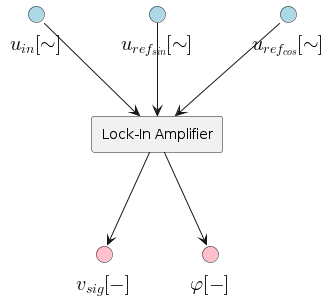
This is afm_spm_components/images/lockin_simple.png from nsulmol/documentation, a PlantUML export, as it was before one commit.
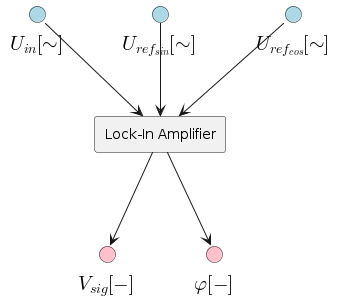
The same file after the commit.

What changed in the source:
```diff
@@ -3,11 +3,11 @@
 
 !startsub component
 component "Lock-In Amplifier" as lockin_simple
-interface "<latex>u_{in}[\sim]</latex>" <<input>> as li_u_in
+interface "<latex>U_{in}[\sim]</latex>" <<input>> as li_u_in
 
-interface "<latex>u_{ref_{sin}}[\sim]</latex>" <<input>> as li_u_refi_in
-interface "<latex>u_{ref_{cos}}[\sim]</latex>" <<input>> as li_u_refq_in
-interface "<latex>v_{sig}[-]</latex>" <<output>> as li_amp_out
+interface "<latex>U_{ref_{sin}}[\sim]</latex>" <<input>> as li_u_refi_in
+interface "<latex>U_{ref_{cos}}[\sim]</latex>" <<input>> as li_u_refq_in
+interface "<latex>V_{sig}[-]</latex>" <<output>> as li_amp_out
 interface "<latex>\varphi[-]</latex>" <<output>> as li_phase_out
 
 li_u_in --> lockin_simple
```
